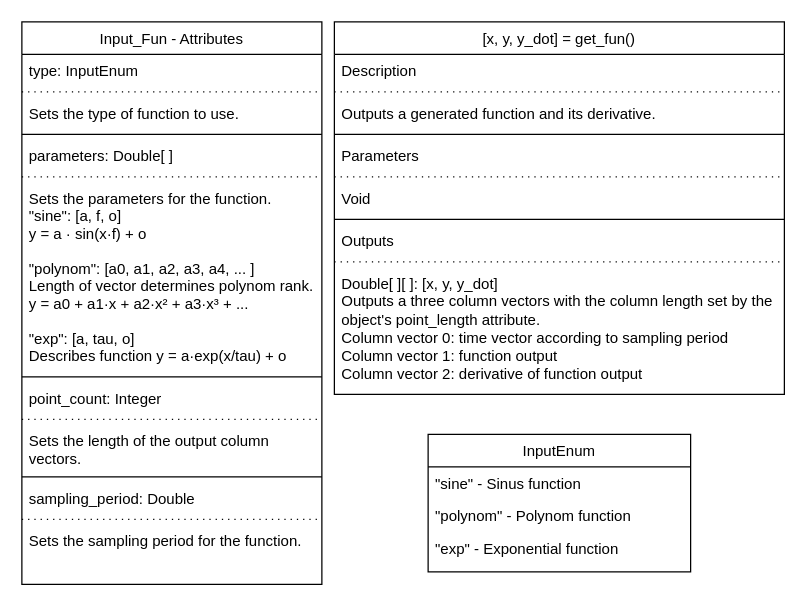
The draw.io diagram page "Input_Fun" (2 of 7) of overview.drawio in TGSP1997/OS-RST, before the edit. Source tidied: cells renumbered, new cells numbered last; positions are measured from the earlier drawing's top-left corner, leaving out a move shared by most shapes. Both pictures are drawn from the tidied source at 125%, with x=0, y=0 at pixel (21, 21).
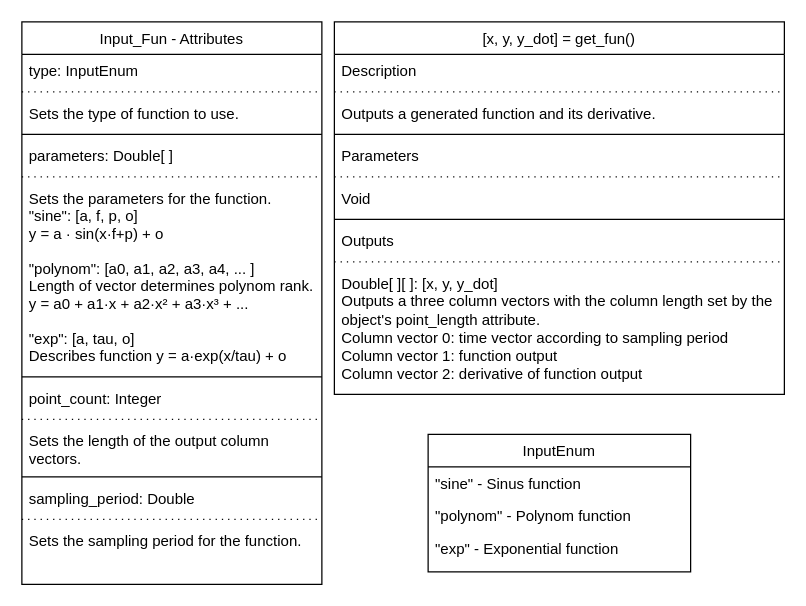
After the change.

The change refers to these unchanged cells:
```xml
<mxCell id="18" value="Input_Fun - Attributes" style="swimlane;fontStyle=0;align=center;verticalAlign=top;horizontal=1;startSize=26;rounded=0;shadow=0;strokeWidth=1;" parent="1" vertex="1">
  <mxGeometry width="240" height="450" as="geometry" />
</mxCell>
```

Diff of the diagram source:
```diff
@@
-    <mxCell id="25" value="Sets the parameters for the function.&#10;&quot;sine&quot;: [a, f, o]&#10;y = a · sin(x·f) + o&#10;&#10;&quot;polynom&quot;: [a0, a1, a2, a3, a4, ... ]&#10;Length of vector determines polynom rank.&#10;y = a0 + a1·x + a2·x² + a3·x³ + ...&#10;&#10;&quot;exp&quot;: [a, tau, o]&#10;Describes function y = a·exp(x/tau) + o&#10;" style="text;align=left;verticalAlign=top;spacingLeft=4;spacingRight=4;overflow=hidden;" parent="18" vertex="1">
+    <mxCell id="25" value="Sets the parameters for the function.&#10;&quot;sine&quot;: [a, f, p, o]&#10;y = a · sin(x·f+p) + o&#10;&#10;&quot;polynom&quot;: [a0, a1, a2, a3, a4, ... ]&#10;Length of vector determines polynom rank.&#10;y = a0 + a1·x + a2·x² + a3·x³ + ...&#10;&#10;&quot;exp&quot;: [a, tau, o]&#10;Describes function y = a·exp(x/tau) + o&#10;" style="text;align=left;verticalAlign=top;spacingLeft=4;spacingRight=4;overflow=hidden;" parent="18" vertex="1">
       <mxGeometry y="128" width="240" height="152" as="geometry" />
     </mxCell>
```
